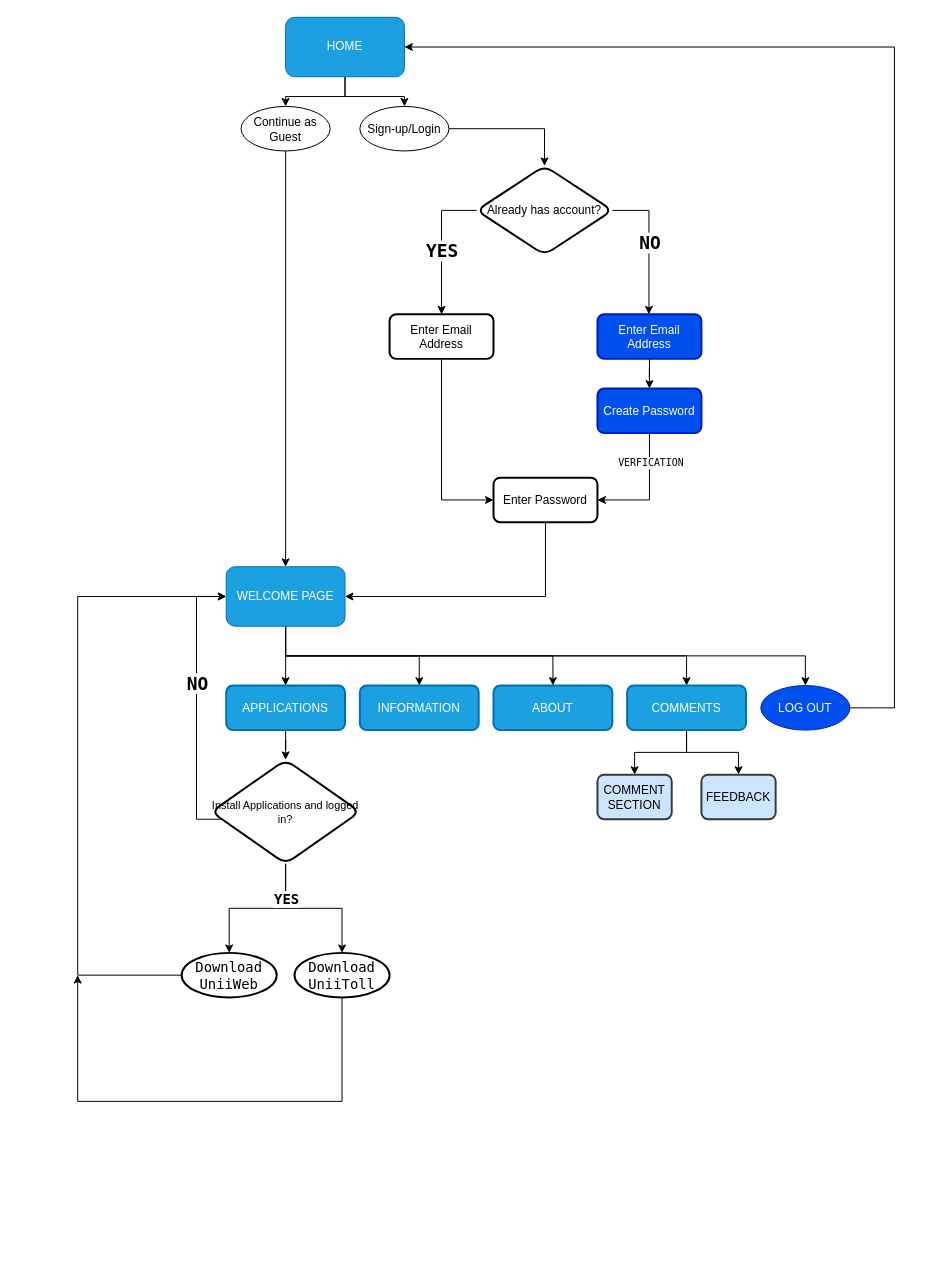
Above: Website.drawio in BorderlineUser/Pusblished-Projects (draw.io), before the change. Source tidied: cells renumbered, new cells numbered last; positions are measured from the earlier drawing's top-left corner, leaving out a move shared by most shapes. Both pictures are drawn from the tidied source at 99%, with x=0, y=0 at pixel (77, 17).
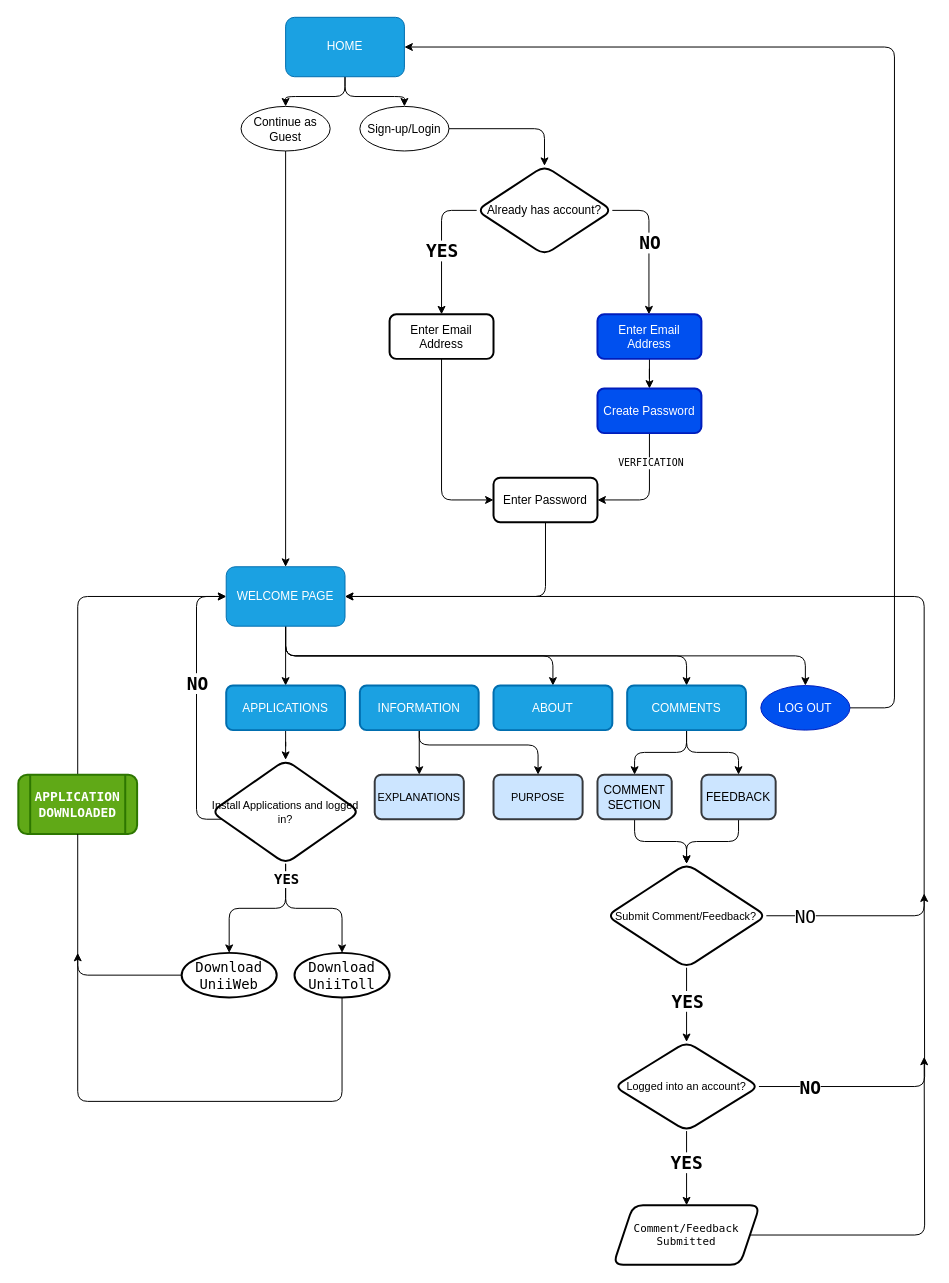
The same diagram, later.

The change refers to these unchanged cells:
```xml
<mxCell id="4" value="HOME" style="rounded=1;whiteSpace=wrap;html=1;fillColor=#1ba1e2;strokeColor=#006EAF;fontColor=#ffffff;" parent="1" vertex="1">
  <mxGeometry x="210" width="120" height="60" as="geometry" />
</mxCell>
<mxCell id="6" value="Sign-up/Login" style="ellipse;whiteSpace=wrap;html=1;rounded=1;shadow=0;glass=0;sketch=0;strokeWidth=1;" parent="1" vertex="1">
  <mxGeometry x="285" y="90" width="90" height="45" as="geometry" />
</mxCell>
<mxCell id="8" value="Continue as Guest" style="ellipse;whiteSpace=wrap;html=1;rounded=1;shadow=0;glass=0;sketch=0;strokeWidth=1;" parent="1" vertex="1">
  <mxGeometry x="165" y="90" width="90" height="45" as="geometry" />
</mxCell>
<mxCell id="13" value="Already has account?" style="rhombus;whiteSpace=wrap;html=1;rounded=1;shadow=0;glass=0;sketch=0;strokeColor=#000000;strokeWidth=2;gradientColor=none;" parent="1" vertex="1">
  <mxGeometry x="403" y="150" width="137" height="90" as="geometry" />
</mxCell>
<mxCell id="15" value="Enter Email Address" style="rounded=1;whiteSpace=wrap;html=1;shadow=0;glass=0;sketch=0;strokeColor=#001DBC;strokeWidth=2;fillColor=#0050ef;fontColor=#ffffff;" parent="1" vertex="1">
  <mxGeometry x="525" y="300" width="105" height="45" as="geometry" />
</mxCell>
<mxCell id="18" value="Create Password" style="rounded=1;whiteSpace=wrap;html=1;shadow=0;glass=0;sketch=0;strokeColor=#001DBC;strokeWidth=2;fillColor=#0050ef;fontColor=#ffffff;" parent="1" vertex="1">
  <mxGeometry x="525" y="375" width="105" height="45" as="geometry" />
</mxCell>
<mxCell id="20" value="&lt;div&gt;Enter Email Address&lt;/div&gt;" style="rounded=1;whiteSpace=wrap;html=1;shadow=0;glass=0;sketch=0;strokeColor=#000000;strokeWidth=2;gradientColor=none;" parent="1" vertex="1">
  <mxGeometry x="315" y="300" width="105" height="45" as="geometry" />
</mxCell>
<mxCell id="22" value="Enter Password" style="rounded=1;whiteSpace=wrap;html=1;shadow=0;glass=0;sketch=0;strokeColor=#000000;strokeWidth=2;gradientColor=none;" parent="1" vertex="1">
  <mxGeometry x="420" y="465" width="105" height="45" as="geometry" />
</mxCell>
<mxCell id="28" value="WELCOME PAGE" style="rounded=1;whiteSpace=wrap;html=1;fillColor=#1ba1e2;strokeColor=#006EAF;fontColor=#ffffff;" parent="1" vertex="1">
  <mxGeometry x="150" y="555" width="120" height="60" as="geometry" />
</mxCell>
<mxCell id="31" value="COMMENTS" style="rounded=1;whiteSpace=wrap;html=1;fillColor=#1ba1e2;strokeColor=#006EAF;fontColor=#ffffff;strokeWidth=2;" parent="1" vertex="1">
  <mxGeometry x="555" y="675" width="120" height="45" as="geometry" />
</mxCell>
<mxCell id="33" value="APPLICATIONS" style="rounded=1;whiteSpace=wrap;html=1;fillColor=#1ba1e2;strokeColor=#006EAF;fontColor=#ffffff;strokeWidth=2;" parent="1" vertex="1">
  <mxGeometry x="150" y="675" width="120" height="45" as="geometry" />
</mxCell>
<mxCell id="34" value="ABOUT" style="rounded=1;whiteSpace=wrap;html=1;fillColor=#1ba1e2;strokeColor=#006EAF;fontColor=#ffffff;strokeWidth=2;" parent="1" vertex="1">
  <mxGeometry x="420" y="675" width="120" height="45" as="geometry" />
</mxCell>
<mxCell id="35" value="INFORMATION" style="rounded=1;whiteSpace=wrap;html=1;fillColor=#1ba1e2;strokeColor=#006EAF;fontColor=#ffffff;strokeWidth=2;" parent="1" vertex="1">
  <mxGeometry x="285" y="675" width="120" height="45" as="geometry" />
</mxCell>
<mxCell id="41" value="Install Applications and logged in?" style="rhombus;whiteSpace=wrap;html=1;rounded=1;shadow=0;glass=0;sketch=0;strokeColor=#000000;strokeWidth=2;gradientColor=none;fontSize=11;" parent="1" vertex="1">
  <mxGeometry x="135" y="750" width="150" height="105" as="geometry" />
</mxCell>
<mxCell id="43" value="Download UniiWeb" style="ellipse;whiteSpace=wrap;html=1;rounded=1;shadow=0;glass=0;sketch=0;fontFamily=Lucida Console;fontSize=14;strokeColor=#000000;strokeWidth=2;gradientColor=none;" parent="1" vertex="1">
  <mxGeometry x="105" y="945" width="96" height="45" as="geometry" />
</mxCell>
<mxCell id="45" value="Download UniiToll" style="ellipse;whiteSpace=wrap;html=1;rounded=1;shadow=0;glass=0;sketch=0;fontFamily=Lucida Console;fontSize=14;strokeColor=#000000;strokeWidth=2;gradientColor=none;" parent="1" vertex="1">
  <mxGeometry x="219" y="945" width="96" height="45" as="geometry" />
</mxCell>
<mxCell id="47" value="LOG OUT" style="ellipse;whiteSpace=wrap;html=1;rounded=1;shadow=0;glass=0;sketch=0;strokeWidth=1;fillColor=#0050ef;fontColor=#ffffff;strokeColor=#001DBC;" parent="1" vertex="1">
  <mxGeometry x="690" y="675" width="90" height="45" as="geometry" />
</mxCell>
<mxCell id="48" value="COMMENT SECTION" style="rounded=1;whiteSpace=wrap;html=1;fillColor=#cce5ff;strokeColor=#36393d;strokeWidth=2;" parent="1" vertex="1">
  <mxGeometry x="525" y="765" width="75" height="45" as="geometry" />
</mxCell>
<mxCell id="49" value="FEEDBACK" style="rounded=1;whiteSpace=wrap;html=1;fillColor=#cce5ff;strokeColor=#36393d;strokeWidth=2;" parent="1" vertex="1">
  <mxGeometry x="630" y="765" width="75" height="45" as="geometry" />
</mxCell>
```

Change to the diagram source:
```diff
@@
-    <mxCell id="2" style="edgeStyle=orthogonalEdgeStyle;rounded=0;jettySize=auto;html=1;" parent="1" edge="1" source="4" target="8">
+    <mxCell id="2" style="edgeStyle=orthogonalEdgeStyle;jettySize=auto;html=1;rounded=1;" parent="1" edge="1" source="4" target="8">
       <mxGeometry relative="1" as="geometry" />
     </mxCell>
-    <mxCell id="3" style="edgeStyle=orthogonalEdgeStyle;rounded=0;jettySize=auto;html=1;entryX=0.5;entryY=0;entryDx=0;entryDy=0;" parent="1" edge="1" source="4" target="6">
+    <mxCell id="3" style="edgeStyle=orthogonalEdgeStyle;jettySize=auto;html=1;entryX=0.5;entryY=0;entryDx=0;entryDy=0;rounded=1;" parent="1" edge="1" source="4" target="6">
       <mxGeometry relative="1" as="geometry" />
     </mxCell>
@@
-    <mxCell id="5" style="edgeStyle=orthogonalEdgeStyle;rounded=0;jettySize=auto;html=1;" parent="1" edge="1" source="6" target="13">
+    <mxCell id="5" style="edgeStyle=orthogonalEdgeStyle;jettySize=auto;html=1;rounded=1;" parent="1" edge="1" source="6" target="13">
       <mxGeometry relative="1" as="geometry" />
     </mxCell>
@@
-    <mxCell id="7" style="edgeStyle=orthogonalEdgeStyle;rounded=0;jettySize=auto;html=1;fontFamily=Lucida Console;fontSize=10;" parent="1" edge="1" source="8" target="28">
+    <mxCell id="7" style="edgeStyle=orthogonalEdgeStyle;jettySize=auto;html=1;fontFamily=Lucida Console;fontSize=10;rounded=1;" parent="1" edge="1" source="8" target="28">
       <mxGeometry relative="1" as="geometry" />
     </mxCell>
@@
-    <mxCell id="9" style="edgeStyle=orthogonalEdgeStyle;rounded=0;jettySize=auto;html=1;" parent="1" edge="1" source="13" target="15">
+    <mxCell id="9" style="edgeStyle=orthogonalEdgeStyle;jettySize=auto;html=1;rounded=1;" parent="1" edge="1" source="13" target="15">
       <mxGeometry relative="1" as="geometry">
         <Array as="points">
           <mxPoint x="577" y="195" />
         </Array>
       </mxGeometry>
     </mxCell>
@@
-    <mxCell id="11" style="edgeStyle=orthogonalEdgeStyle;rounded=0;jettySize=auto;html=1;exitX=0;exitY=0.5;exitDx=0;exitDy=0;fontFamily=Lucida Console;fontSize=18;" parent="1" edge="1" source="13" target="20">
+    <mxCell id="11" style="edgeStyle=orthogonalEdgeStyle;jettySize=auto;html=1;exitX=0;exitY=0.5;exitDx=0;exitDy=0;fontFamily=Lucida Console;fontSize=18;rounded=1;" parent="1" edge="1" source="13" target="20">
       <mxGeometry relative="1" as="geometry" />
     </mxCell>
@@
-    <mxCell id="16" style="edgeStyle=orthogonalEdgeStyle;rounded=0;jettySize=auto;html=1;entryX=1;entryY=0.5;entryDx=0;entryDy=0;fontFamily=Lucida Console;fontSize=18;" parent="1" edge="1" source="18" target="22">
+    <mxCell id="16" style="edgeStyle=orthogonalEdgeStyle;jettySize=auto;html=1;entryX=1;entryY=0.5;entryDx=0;entryDy=0;fontFamily=Lucida Console;fontSize=18;rounded=1;" parent="1" edge="1" source="18" target="22">
       <mxGeometry relative="1" as="geometry" />
     </mxCell>
@@
-    <mxCell id="19" style="edgeStyle=orthogonalEdgeStyle;rounded=0;jettySize=auto;html=1;entryX=0;entryY=0.5;entryDx=0;entryDy=0;fontFamily=Lucida Console;fontSize=10;" parent="1" edge="1" source="20" target="22">
+    <mxCell id="19" style="edgeStyle=orthogonalEdgeStyle;jettySize=auto;html=1;entryX=0;entryY=0.5;entryDx=0;entryDy=0;fontFamily=Lucida Console;fontSize=10;rounded=1;" parent="1" edge="1" source="20" target="22">
       <mxGeometry relative="1" as="geometry" />
     </mxCell>
@@
-    <mxCell id="21" style="edgeStyle=orthogonalEdgeStyle;rounded=0;jettySize=auto;html=1;entryX=1;entryY=0.5;entryDx=0;entryDy=0;fontFamily=Lucida Console;fontSize=10;" parent="1" edge="1" source="22" target="28">
+    <mxCell id="21" style="edgeStyle=orthogonalEdgeStyle;jettySize=auto;html=1;entryX=1;entryY=0.5;entryDx=0;entryDy=0;fontFamily=Lucida Console;fontSize=10;rounded=1;" parent="1" edge="1" source="22" target="28">
       <mxGeometry relative="1" as="geometry">
         <Array as="points">
           <mxPoint x="473" y="585" />
         </Array>
       </mxGeometry>
     </mxCell>
@@
-    <mxCell id="23" style="edgeStyle=orthogonalEdgeStyle;rounded=0;jettySize=auto;html=1;fontFamily=Lucida Console;fontSize=10;" parent="1" edge="1" source="28" target="33">
+    <mxCell id="23" style="edgeStyle=orthogonalEdgeStyle;jettySize=auto;html=1;fontFamily=Lucida Console;fontSize=10;rounded=1;" parent="1" edge="1" source="28" target="33">
       <mxGeometry relative="1" as="geometry" />
     </mxCell>
-    <mxCell id="24" style="edgeStyle=orthogonalEdgeStyle;rounded=0;jettySize=auto;html=1;fontFamily=Lucida Console;fontSize=10;" parent="1" edge="1" target="35">
+    <mxCell id="24" style="edgeStyle=orthogonalEdgeStyle;jettySize=auto;html=1;fontFamily=Lucida Console;fontSize=10;rounded=1;strokeColor=none;" parent="1" edge="1" target="35">
       <mxGeometry relative="1" as="geometry">
-        <mxPoint x="210" y="645" as="sourcePoint" />
+        <mxPoint x="210" y="615" as="sourcePoint" />
         <Array as="points">
           <mxPoint x="345" y="645" />
         </Array>
       </mxGeometry>
     </mxCell>
-    <mxCell id="25" style="edgeStyle=orthogonalEdgeStyle;rounded=0;jettySize=auto;html=1;entryX=0.5;entryY=0;entryDx=0;entryDy=0;fontFamily=Lucida Console;fontSize=10;" parent="1" edge="1" source="28" target="34">
+    <mxCell id="25" style="edgeStyle=orthogonalEdgeStyle;jettySize=auto;html=1;entryX=0.5;entryY=0;entryDx=0;entryDy=0;fontFamily=Lucida Console;fontSize=10;rounded=1;" parent="1" edge="1" source="28" target="34">
       <mxGeometry relative="1" as="geometry">
         <Array as="points">
           <mxPoint x="210" y="645" />
           <mxPoint x="480" y="645" />
         </Array>
       </mxGeometry>
     </mxCell>
-    <mxCell id="26" style="edgeStyle=orthogonalEdgeStyle;rounded=0;jettySize=auto;html=1;fontFamily=Lucida Console;fontSize=10;" parent="1" edge="1" source="28" target="31">
+    <mxCell id="26" style="edgeStyle=orthogonalEdgeStyle;jettySize=auto;html=1;fontFamily=Lucida Console;fontSize=10;rounded=1;" parent="1" edge="1" source="28" target="31">
       <mxGeometry relative="1" as="geometry">
         <Array as="points">
           <mxPoint x="210" y="645" />
           <mxPoint x="615" y="645" />
         </Array>
       </mxGeometry>
     </mxCell>
-    <mxCell id="27" style="edgeStyle=orthogonalEdgeStyle;rounded=0;jettySize=auto;html=1;fontFamily=Lucida Console;fontSize=11;" parent="1" edge="1" source="28" target="47">
+    <mxCell id="27" style="edgeStyle=orthogonalEdgeStyle;jettySize=auto;html=1;fontFamily=Lucida Console;fontSize=11;rounded=1;" parent="1" edge="1" source="28" target="47">
       <mxGeometry relative="1" as="geometry">
         <Array as="points">
           <mxPoint x="210" y="645" />
           <mxPoint x="735" y="645" />
         </Array>
       </mxGeometry>
     </mxCell>
@@
-    <mxCell id="29" style="edgeStyle=orthogonalEdgeStyle;rounded=0;jettySize=auto;html=1;fontFamily=Lucida Console;fontSize=11;" parent="1" edge="1" source="31" target="48">
+    <mxCell id="29" style="edgeStyle=orthogonalEdgeStyle;jettySize=auto;html=1;fontFamily=Lucida Console;fontSize=11;rounded=1;" parent="1" edge="1" source="31" target="48">
       <mxGeometry relative="1" as="geometry" />
     </mxCell>
-    <mxCell id="30" style="edgeStyle=orthogonalEdgeStyle;rounded=0;jettySize=auto;html=1;entryX=0.5;entryY=0;entryDx=0;entryDy=0;fontFamily=Lucida Console;fontSize=11;" parent="1" edge="1" source="31" target="49">
+    <mxCell id="30" style="edgeStyle=orthogonalEdgeStyle;jettySize=auto;html=1;entryX=0.5;entryY=0;entryDx=0;entryDy=0;fontFamily=Lucida Console;fontSize=11;rounded=1;" parent="1" edge="1" source="31" target="49">
       <mxGeometry relative="1" as="geometry" />
     </mxCell>
@@
-    <mxCell id="32" style="edgeStyle=orthogonalEdgeStyle;rounded=0;jettySize=auto;html=1;fontFamily=Lucida Console;fontSize=10;" parent="1" edge="1" source="33" target="41">
+    <mxCell id="32" style="edgeStyle=orthogonalEdgeStyle;jettySize=auto;html=1;fontFamily=Lucida Console;fontSize=10;rounded=1;" parent="1" edge="1" source="33" target="41">
       <mxGeometry relative="1" as="geometry" />
     </mxCell>
@@
+    <mxCell id="50" style="edgeStyle=orthogonalEdgeStyle;rounded=1;jettySize=auto;html=1;entryX=0.5;entryY=0;entryDx=0;entryDy=0;fontFamily=Lucida Console;fontSize=11;" parent="1" edge="1" source="35" target="68">
+      <mxGeometry relative="1" as="geometry" />
+    </mxCell>
+    <mxCell id="51" style="edgeStyle=orthogonalEdgeStyle;rounded=1;jettySize=auto;html=1;fontFamily=Lucida Console;fontSize=11;" parent="1" edge="1" source="35" target="69">
+      <mxGeometry relative="1" as="geometry">
+        <Array as="points">
+          <mxPoint x="345" y="735" />
+          <mxPoint x="465" y="735" />
+        </Array>
+      </mxGeometry>
+    </mxCell>
@@
-    <mxCell id="36" style="edgeStyle=orthogonalEdgeStyle;rounded=0;jettySize=auto;html=1;fontFamily=Lucida Console;fontSize=10;entryX=0;entryY=0.5;entryDx=0;entryDy=0;" parent="1" edge="1" source="41" target="28">
+    <mxCell id="36" style="edgeStyle=orthogonalEdgeStyle;jettySize=auto;html=1;fontFamily=Lucida Console;fontSize=10;entryX=0;entryY=0.5;entryDx=0;entryDy=0;rounded=1;" parent="1" edge="1" source="41" target="28">
       <mxGeometry relative="1" as="geometry">
         <Array as="points">
           <mxPoint x="120" y="810" />
           <mxPoint x="120" y="585" />
         </Array>
       </mxGeometry>
     </mxCell>
@@
-    <mxCell id="38" style="edgeStyle=orthogonalEdgeStyle;rounded=0;jettySize=auto;html=1;fontFamily=Lucida Console;fontSize=14;" parent="1" edge="1" source="41" target="43">
+    <mxCell id="38" style="edgeStyle=orthogonalEdgeStyle;rounded=1;jettySize=auto;html=1;fontFamily=Lucida Console;fontSize=14;" parent="1" edge="1" source="41" target="43">
       <mxGeometry relative="1" as="geometry" />
     </mxCell>
-    <mxCell id="39" style="edgeStyle=orthogonalEdgeStyle;rounded=0;jettySize=auto;html=1;fontFamily=Lucida Console;fontSize=14;" parent="1" edge="1" source="41" target="45">
+    <mxCell id="39" style="edgeStyle=orthogonalEdgeStyle;jettySize=auto;html=1;fontFamily=Lucida Console;fontSize=14;rounded=1;" parent="1" edge="1" source="41" target="45">
       <mxGeometry relative="1" as="geometry" />
     </mxCell>
     <mxCell id="40" value="YES" style="edgeLabel;html=1;align=center;verticalAlign=middle;fontSize=14;fontFamily=Lucida Console;fontStyle=1;" parent="39" vertex="1">
-      <mxGeometry x="-0.53" relative="1" as="geometry" />
+      <mxGeometry x="-0.53" relative="1" as="geometry">
+        <mxPoint y="-20" as="offset" />
+      </mxGeometry>
     </mxCell>
@@
-    <mxCell id="42" style="edgeStyle=orthogonalEdgeStyle;rounded=0;jettySize=auto;html=1;fontFamily=Lucida Console;fontSize=14;entryX=0;entryY=0.5;entryDx=0;entryDy=0;" parent="1" edge="1" source="43" target="28">
+    <mxCell id="42" style="edgeStyle=orthogonalEdgeStyle;jettySize=auto;html=1;fontFamily=Lucida Console;fontSize=14;entryX=0;entryY=0.5;entryDx=0;entryDy=0;rounded=1;startArrow=none;" parent="1" edge="1" source="66" target="28">
       <mxGeometry relative="1" as="geometry">
         <Array as="points">
-          <mxPoint y="968" />
           <mxPoint y="585" />
         </Array>
       </mxGeometry>
     </mxCell>
@@
-    <mxCell id="44" style="edgeStyle=orthogonalEdgeStyle;rounded=0;jettySize=auto;html=1;fontFamily=Lucida Console;fontSize=14;" parent="1" edge="1" source="45">
+    <mxCell id="44" style="edgeStyle=orthogonalEdgeStyle;jettySize=auto;html=1;fontFamily=Lucida Console;fontSize=14;rounded=1;" parent="1" edge="1" source="45">
       <mxGeometry relative="1" as="geometry">
-        <mxPoint y="967.5" as="targetPoint" />
+        <mxPoint y="945" as="targetPoint" />
         <Array as="points">
           <mxPoint x="267" y="1095" />
           <mxPoint y="1095" />
         </Array>
       </mxGeometry>
     </mxCell>
@@
-    <mxCell id="46" style="edgeStyle=orthogonalEdgeStyle;rounded=0;jettySize=auto;html=1;fontFamily=Lucida Console;fontSize=11;entryX=1;entryY=0.5;entryDx=0;entryDy=0;" parent="1" edge="1" source="47" target="4">
+    <mxCell id="46" style="edgeStyle=orthogonalEdgeStyle;jettySize=auto;html=1;fontFamily=Lucida Console;fontSize=11;entryX=1;entryY=0.5;entryDx=0;entryDy=0;rounded=1;" parent="1" edge="1" source="47" target="4">
       <mxGeometry relative="1" as="geometry">
         <Array as="points">
           <mxPoint x="825" y="698" />
           <mxPoint x="825" y="30" />
         </Array>
       </mxGeometry>
     </mxCell>
@@
+    <mxCell id="52" style="edgeStyle=orthogonalEdgeStyle;rounded=1;jettySize=auto;html=1;fontFamily=Lucida Console;fontSize=11;" parent="1" edge="1" source="48" target="58">
+      <mxGeometry relative="1" as="geometry" />
+    </mxCell>
@@
+    <mxCell id="53" style="edgeStyle=orthogonalEdgeStyle;rounded=1;jettySize=auto;html=1;fontFamily=Lucida Console;fontSize=11;" parent="1" edge="1" source="49" target="58">
+      <mxGeometry relative="1" as="geometry" />
+    </mxCell>
@@
+    <mxCell id="54" style="edgeStyle=orthogonalEdgeStyle;rounded=1;jettySize=auto;html=1;exitX=0.5;exitY=1;exitDx=0;exitDy=0;entryX=0.5;entryY=0;entryDx=0;entryDy=0;fontFamily=Lucida Console;fontSize=11;" parent="1" edge="1" source="58" target="63">
+      <mxGeometry relative="1" as="geometry" />
+    </mxCell>
+    <mxCell id="55" value="YES" style="edgeLabel;html=1;align=center;verticalAlign=middle;fontSize=18;fontFamily=Lucida Console;fontStyle=1;" parent="54" vertex="1">
+      <mxGeometry x="-0.12" relative="1" as="geometry" />
+    </mxCell>
+    <mxCell id="56" style="edgeStyle=orthogonalEdgeStyle;rounded=1;jettySize=auto;html=1;fontFamily=Lucida Console;fontSize=11;entryX=1;entryY=0.5;entryDx=0;entryDy=0;" parent="1" edge="1" source="58" target="28">
+      <mxGeometry relative="1" as="geometry">
+        <Array as="points">
+          <mxPoint x="855" y="908" />
+          <mxPoint x="855" y="585" />
+        </Array>
+      </mxGeometry>
+    </mxCell>
+    <mxCell id="57" value="NO" style="edgeLabel;html=1;align=center;verticalAlign=middle;fontSize=18;fontFamily=Lucida Console;" parent="56" vertex="1">
+      <mxGeometry x="-0.92" y="-2" relative="1" as="geometry">
+        <mxPoint x="-4" y="-2" as="offset" />
+      </mxGeometry>
+    </mxCell>
+    <mxCell id="58" value="Submit Comment/Feedback?" style="rhombus;whiteSpace=wrap;html=1;rounded=1;shadow=0;glass=0;sketch=0;strokeColor=#000000;strokeWidth=2;gradientColor=none;fontSize=11;" parent="1" vertex="1">
+      <mxGeometry x="534.4" y="855" width="161.2" height="105" as="geometry" />
+    </mxCell>
+    <mxCell id="59" style="edgeStyle=orthogonalEdgeStyle;rounded=1;jettySize=auto;html=1;fontFamily=Lucida Console;fontSize=11;" parent="1" edge="1" source="63" target="65">
+      <mxGeometry relative="1" as="geometry" />
+    </mxCell>
+    <mxCell id="60" value="YES" style="edgeLabel;html=1;align=center;verticalAlign=middle;fontSize=18;fontFamily=Lucida Console;fontStyle=1;" parent="59" vertex="1">
+      <mxGeometry x="0.16" y="2" relative="1" as="geometry">
+        <mxPoint x="-3" y="-13" as="offset" />
+      </mxGeometry>
+    </mxCell>
+    <mxCell id="61" style="edgeStyle=orthogonalEdgeStyle;rounded=1;jettySize=auto;html=1;fontFamily=Lucida Console;fontSize=11;" parent="1" edge="1" source="63">
+      <mxGeometry relative="1" as="geometry">
+        <mxPoint x="855" y="885" as="targetPoint" />
+      </mxGeometry>
+    </mxCell>
+    <mxCell id="62" value="NO" style="edgeLabel;html=1;align=center;verticalAlign=middle;fontSize=18;fontFamily=Lucida Console;fontStyle=1;" parent="61" vertex="1">
+      <mxGeometry x="-0.77" y="4" relative="1" as="geometry">
+        <mxPoint x="9" y="4" as="offset" />
+      </mxGeometry>
+    </mxCell>
+    <mxCell id="63" value="Logged into an account?" style="rhombus;whiteSpace=wrap;html=1;rounded=1;shadow=0;glass=0;sketch=0;strokeColor=#000000;strokeWidth=2;gradientColor=none;fontSize=11;" parent="1" vertex="1">
+      <mxGeometry x="541.9" y="1035" width="146.2" height="90" as="geometry" />
+    </mxCell>
+    <mxCell id="64" style="edgeStyle=orthogonalEdgeStyle;rounded=1;jettySize=auto;html=1;fontFamily=Lucida Console;fontSize=18;" parent="1" edge="1" source="65">
+      <mxGeometry relative="1" as="geometry">
+        <mxPoint x="855" y="1050" as="targetPoint" />
+      </mxGeometry>
+    </mxCell>
+    <mxCell id="65" value="Comment/Feedback Submitted" style="shape=parallelogram;perimeter=parallelogramPerimeter;whiteSpace=wrap;html=1;fixedSize=1;rounded=1;shadow=0;glass=0;sketch=0;fontFamily=Lucida Console;fontSize=11;strokeColor=#000000;strokeWidth=2;gradientColor=none;" parent="1" vertex="1">
+      <mxGeometry x="541" y="1200" width="148" height="60" as="geometry" />
+    </mxCell>
+    <mxCell id="66" value="APPLICATION DOWNLOADED" style="shape=process;whiteSpace=wrap;html=1;backgroundOutline=1;rounded=1;shadow=0;glass=0;sketch=0;fontFamily=Lucida Console;fontSize=13;strokeColor=#2D7600;strokeWidth=2;fontStyle=1;fillColor=#60a917;fontColor=#ffffff;" parent="1" vertex="1">
+      <mxGeometry x="-60" y="765" width="120" height="60" as="geometry" />
+    </mxCell>
+    <mxCell id="67" style="edgeStyle=orthogonalEdgeStyle;jettySize=auto;html=1;fontFamily=Lucida Console;fontSize=14;entryX=0.5;entryY=1;entryDx=0;entryDy=0;rounded=1;endArrow=none;" parent="1" edge="1" source="43" target="66">
+      <mxGeometry relative="1" as="geometry">
+        <Array as="points">
+          <mxPoint y="968" />
+        </Array>
+      </mxGeometry>
+    </mxCell>
+    <mxCell id="68" value="&lt;font style=&quot;font-size: 11px&quot;&gt;EXPLANATIONS&lt;/font&gt;" style="rounded=1;whiteSpace=wrap;html=1;fillColor=#cce5ff;strokeColor=#36393d;strokeWidth=2;" parent="1" vertex="1">
+      <mxGeometry x="300" y="765" width="90" height="45" as="geometry" />
+    </mxCell>
+    <mxCell id="69" value="&lt;font style=&quot;font-size: 11px&quot;&gt;PURPOSE&lt;/font&gt;" style="rounded=1;whiteSpace=wrap;html=1;fillColor=#cce5ff;strokeColor=#36393d;strokeWidth=2;" parent="1" vertex="1">
+      <mxGeometry x="420" y="765" width="90" height="45" as="geometry" />
+    </mxCell>
```
